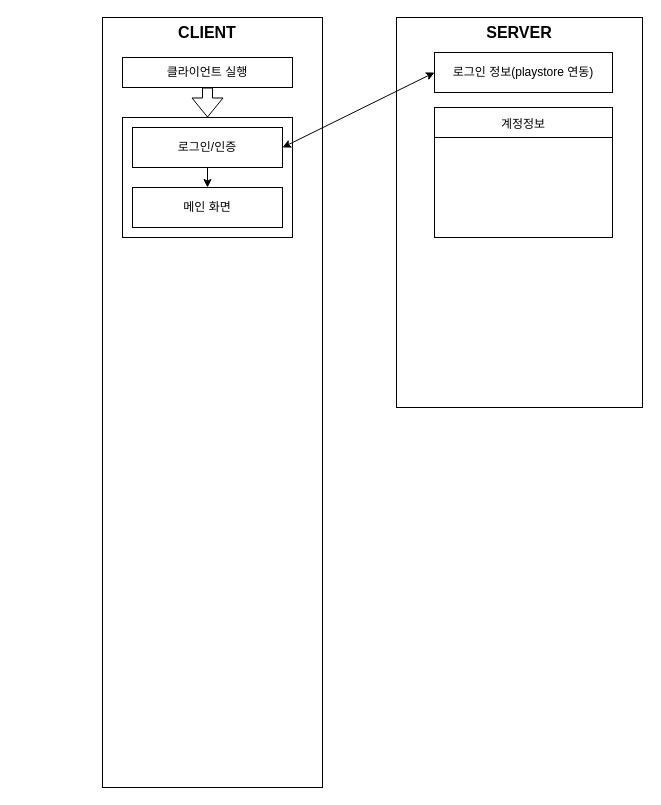
This is PrimitiveSurvival_전체구성도.drawio from charles6919/PrimitiveSurvival, a draw.io file, before an edit. Source tidied: cells renumbered, new cells numbered last; positions are measured from the earlier drawing's top-left corner, leaving out a move shared by most shapes. Both pictures are drawn from the tidied source at 100%, with x=0, y=0 at pixel (102, 17).
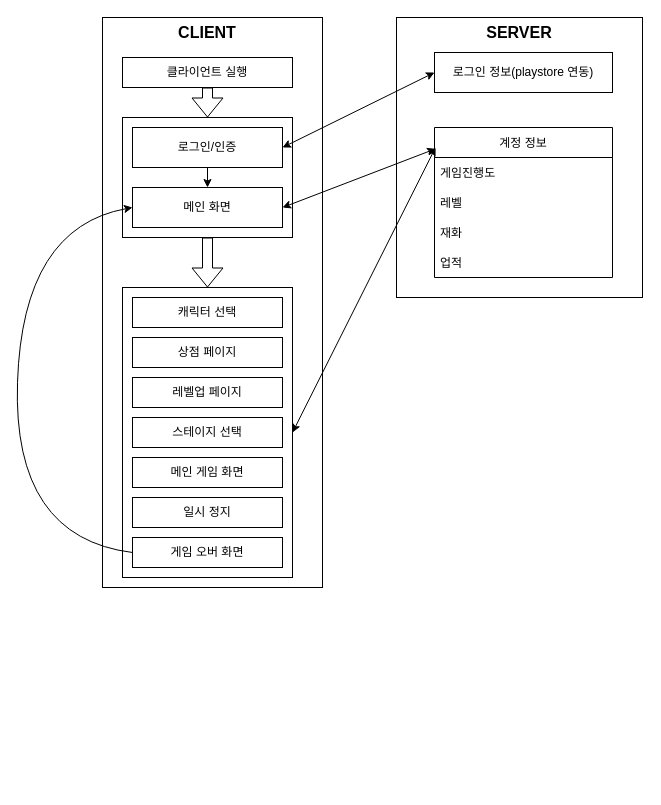
Above is the later version.

Commit message (it also covers changes not shown here):
PrimitiveSurvival_전체구성도.drawio 업데이트

The change refers to these unchanged cells:
```xml
<mxCell id="5" style="rounded=0;whiteSpace=wrap;html=1;" parent="1" vertex="1">
  <mxGeometry x="20" y="100" width="170" height="120" as="geometry" />
</mxCell>
<mxCell id="7" value="메인 화면" style="rounded=0;whiteSpace=wrap;html=1;" parent="1" vertex="1">
  <mxGeometry x="30" y="170" width="150" height="40" as="geometry" />
</mxCell>
```

Change to the diagram source:
```diff
@@
     <mxCell id="2" style="rounded=0;whiteSpace=wrap;html=1;" parent="1" vertex="1">
-      <mxGeometry width="220" height="770" as="geometry" />
+      <mxGeometry width="220" height="570" as="geometry" />
     </mxCell>
@@
     <mxCell id="10" style="rounded=0;whiteSpace=wrap;html=1;fontSize=16;" parent="1" vertex="1">
-      <mxGeometry x="294" width="246" height="390" as="geometry" />
+      <mxGeometry x="294" width="246" height="280" as="geometry" />
     </mxCell>
@@
-    <mxCell id="14" style="rounded=0;whiteSpace=wrap;html=1;" parent="1" vertex="1">
-      <mxGeometry x="332" y="90" width="178" height="130" as="geometry" />
-    </mxCell>
-    <mxCell id="15" value="&lt;font style=&quot;font-size: 12px;&quot;&gt;계정정보&lt;/font&gt;" style="rounded=0;whiteSpace=wrap;html=1;fontSize=16;" parent="1" vertex="1">
-      <mxGeometry x="332" y="90" width="178" height="30" as="geometry" />
-    </mxCell>
+    <mxCell id="16" style="endArrow=classic;startArrow=classic;html=1;rounded=0;fontSize=16;exitX=1;exitY=0.5;exitDx=0;exitDy=0;entryX=0.006;entryY=0.142;entryDx=0;entryDy=0;entryPerimeter=0;" parent="1" edge="1" source="7" target="20">
+      <mxGeometry relative="1" as="geometry" />
+    </mxCell>
+    <mxCell id="17" style="shape=flexArrow;endArrow=classic;html=1;rounded=0;fontSize=12;exitX=0.5;exitY=1;exitDx=0;exitDy=0;entryX=0.5;entryY=0;entryDx=0;entryDy=0;" parent="1" edge="1" source="5" target="18">
+      <mxGeometry relative="1" as="geometry" />
+    </mxCell>
+    <mxCell id="18" style="rounded=0;whiteSpace=wrap;html=1;" parent="1" vertex="1">
+      <mxGeometry x="20" y="270" width="170" height="290" as="geometry" />
+    </mxCell>
+    <mxCell id="19" value="캐릭터 선택" style="rounded=0;whiteSpace=wrap;html=1;fontSize=12;" parent="1" vertex="1">
+      <mxGeometry x="30" y="280" width="150" height="30" as="geometry" />
+    </mxCell>
+    <mxCell id="20" value="계정 정보" style="swimlane;fontStyle=0;horizontal=1;startSize=30;fontSize=12;" parent="1" vertex="1">
+      <mxGeometry x="332" y="110" width="178" height="150" as="geometry" />
+    </mxCell>
+    <mxCell id="21" value="게임진행도" style="text;strokeColor=none;fillColor=none;align=left;verticalAlign=middle;spacingLeft=4;spacingRight=4;overflow=hidden;fontSize=12;" parent="20" vertex="1">
+      <mxGeometry y="30" width="178" height="30" as="geometry" />
+    </mxCell>
+    <mxCell id="22" value="레벨" style="text;strokeColor=none;fillColor=none;align=left;verticalAlign=middle;spacingLeft=4;spacingRight=4;overflow=hidden;fontSize=12;" parent="20" vertex="1">
+      <mxGeometry y="60" width="178" height="30" as="geometry" />
+    </mxCell>
+    <mxCell id="23" value="재화" style="text;strokeColor=none;fillColor=none;align=left;verticalAlign=middle;spacingLeft=4;spacingRight=4;overflow=hidden;fontSize=12;" parent="20" vertex="1">
+      <mxGeometry y="90" width="178" height="30" as="geometry" />
+    </mxCell>
+    <mxCell id="24" value="업적" style="text;strokeColor=none;fillColor=none;align=left;verticalAlign=middle;spacingLeft=4;spacingRight=4;overflow=hidden;fontSize=12;" parent="20" vertex="1">
+      <mxGeometry y="120" width="178" height="30" as="geometry" />
+    </mxCell>
+    <mxCell id="25" value="상점 페이지" style="rounded=0;whiteSpace=wrap;html=1;fontSize=12;" parent="1" vertex="1">
+      <mxGeometry x="30" y="320" width="150" height="30" as="geometry" />
+    </mxCell>
+    <mxCell id="26" value="레벨업 페이지" style="rounded=0;whiteSpace=wrap;html=1;fontSize=12;" parent="1" vertex="1">
+      <mxGeometry x="30" y="360" width="150" height="30" as="geometry" />
+    </mxCell>
+    <mxCell id="27" value="스테이지 선택" style="rounded=0;whiteSpace=wrap;html=1;fontSize=12;" parent="1" vertex="1">
+      <mxGeometry x="30" y="400" width="150" height="30" as="geometry" />
+    </mxCell>
+    <mxCell id="28" value="메인 게임 화면" style="rounded=0;whiteSpace=wrap;html=1;fontSize=12;" parent="1" vertex="1">
+      <mxGeometry x="30" y="440" width="150" height="30" as="geometry" />
+    </mxCell>
+    <mxCell id="29" value="일시 정지" style="rounded=0;whiteSpace=wrap;html=1;fontSize=12;" parent="1" vertex="1">
+      <mxGeometry x="30" y="480" width="150" height="30" as="geometry" />
+    </mxCell>
+    <mxCell id="30" value="게임 오버 화면" style="rounded=0;whiteSpace=wrap;html=1;fontSize=12;" parent="1" vertex="1">
+      <mxGeometry x="30" y="520" width="150" height="30" as="geometry" />
+    </mxCell>
+    <mxCell id="31" style="curved=1;endArrow=classic;html=1;rounded=0;fontSize=12;exitX=0;exitY=0.5;exitDx=0;exitDy=0;entryX=0;entryY=0.5;entryDx=0;entryDy=0;" parent="1" edge="1" source="30" target="7">
+      <mxGeometry relative="1" as="geometry">
+        <Array as="points">
+          <mxPoint x="-90" y="520" />
+          <mxPoint x="-80" y="210" />
+        </Array>
+      </mxGeometry>
+    </mxCell>
+    <mxCell id="32" style="endArrow=classic;startArrow=classic;html=1;rounded=0;fontSize=12;exitX=1;exitY=0.5;exitDx=0;exitDy=0;entryX=0.006;entryY=0.133;entryDx=0;entryDy=0;entryPerimeter=0;" parent="1" edge="1" source="18" target="20">
+      <mxGeometry relative="1" as="geometry" />
+    </mxCell>
```
